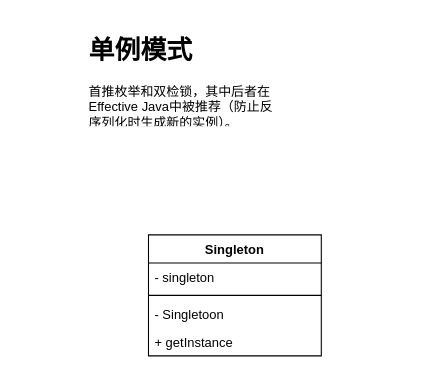
mozhou-tech/java-in-depth keeps this draw.io diagram as patterns/src/main/java/com/tenstone/leet/patterns/singleton/Singleton.drawio. Above is the earlier version. Source tidied: cells renumbered, new cells numbered last; positions are measured from the earlier drawing's top-left corner, leaving out a move shared by most shapes. Both pictures are drawn from the tidied source at 108%, with x=0, y=0 at pixel (83, 29).
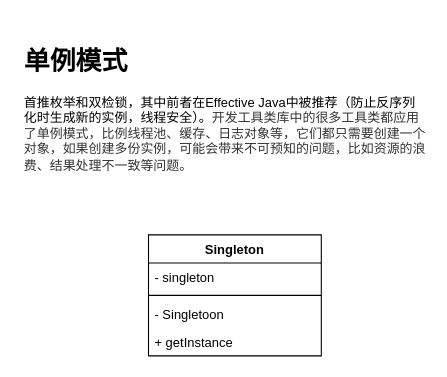
The same diagram, later.

The edit, as a diff of the source:
```diff
@@
 <mxGraphModel>
   <root>
     <mxCell id="0" />
     <mxCell id="1" parent="0" />
     <mxCell id="2" value="Singleton" style="swimlane;fontStyle=1;align=center;verticalAlign=top;horizontal=1;startSize=26;" parent="1" vertex="1">
       <mxGeometry x="60" y="190" width="160" height="112" as="geometry" />
     </mxCell>
     <mxCell id="3" value="- singleton" style="text;strokeColor=none;fillColor=none;align=left;verticalAlign=top;spacingLeft=4;spacingRight=4;overflow=hidden;" parent="2" vertex="1">
       <mxGeometry y="26" width="160" height="26" as="geometry" />
     </mxCell>
     <mxCell id="4" style="line;strokeWidth=1;fillColor=none;align=left;verticalAlign=middle;spacingTop=-1;spacingLeft=3;spacingRight=3;labelPosition=right;" parent="2" vertex="1">
       <mxGeometry y="52" width="160" height="8" as="geometry" />
     </mxCell>
     <mxCell id="5" value="- Singletoon" style="text;strokeColor=none;fillColor=none;align=left;verticalAlign=top;spacingLeft=4;spacingRight=4;overflow=hidden;" parent="2" vertex="1">
       <mxGeometry y="60" width="160" height="26" as="geometry" />
     </mxCell>
     <mxCell id="6" value="+ getInstance" style="text;strokeColor=none;fillColor=none;align=left;verticalAlign=top;spacingLeft=4;spacingRight=4;overflow=hidden;" parent="2" vertex="1">
       <mxGeometry y="86" width="160" height="26" as="geometry" />
     </mxCell>
-    <mxCell id="7" value="&lt;h1&gt;单例模式&lt;/h1&gt;&lt;p&gt;首推枚举和双检锁，其中后者在Effective Java中被推荐（防止反序列化时生成新的实例）。&lt;/p&gt;" style="text;html=1;strokeColor=none;fillColor=none;spacing=5;spacingTop=-20;whiteSpace=wrap;overflow=hidden;rounded=0;" parent="1" vertex="1">
-      <mxGeometry width="190" height="90" as="geometry" />
+    <mxCell id="7" value="&lt;h1&gt;单例模式&lt;/h1&gt;&lt;p&gt;首推枚举和双检锁，其中前者在Effective Java中被推荐（防止反序列化时生成新的实例，线程安全）&lt;font style=&quot;font-size: 12px&quot;&gt;。&lt;span style=&quot;background-color: rgb(255 , 255 , 255) ; color: rgb(51 , 51 , 51)&quot;&gt;开发工具类库中的很多工具类都应用了单例模式，比例线程池、缓存、日志对象等，它们都只需要创建一个对象，如果创建多份实例，可能会带来不可预知的问题，比如资源的浪费、结果处理不一致等问题。&lt;/span&gt;&lt;/font&gt;&lt;/p&gt;&lt;div&gt;&lt;span style=&quot;background-color: rgb(255 , 255 , 255) ; color: rgb(51 , 51 , 51) ; font-family: , , &amp;#34;segoe ui&amp;#34; , &amp;#34;roboto&amp;#34; , &amp;#34;ubuntu&amp;#34; , &amp;#34;cantarell&amp;#34; , &amp;#34;noto sans&amp;#34; , sans-serif , , &amp;#34;helvetica neue&amp;#34; , &amp;#34;pingfang sc&amp;#34; , &amp;#34;hiragino sans gb&amp;#34; , &amp;#34;microsoft yahei&amp;#34; , &amp;#34;arial&amp;#34; ; font-size: 15px&quot;&gt;&lt;br&gt;&lt;/span&gt;&lt;/div&gt;" style="text;html=1;strokeColor=none;fillColor=none;spacing=5;spacingTop=-20;whiteSpace=wrap;overflow=hidden;rounded=0;" parent="1" vertex="1">
+      <mxGeometry x="-60" y="10" width="380" height="130" as="geometry" />
     </mxCell>
   </root>
 </mxGraphModel>
```
